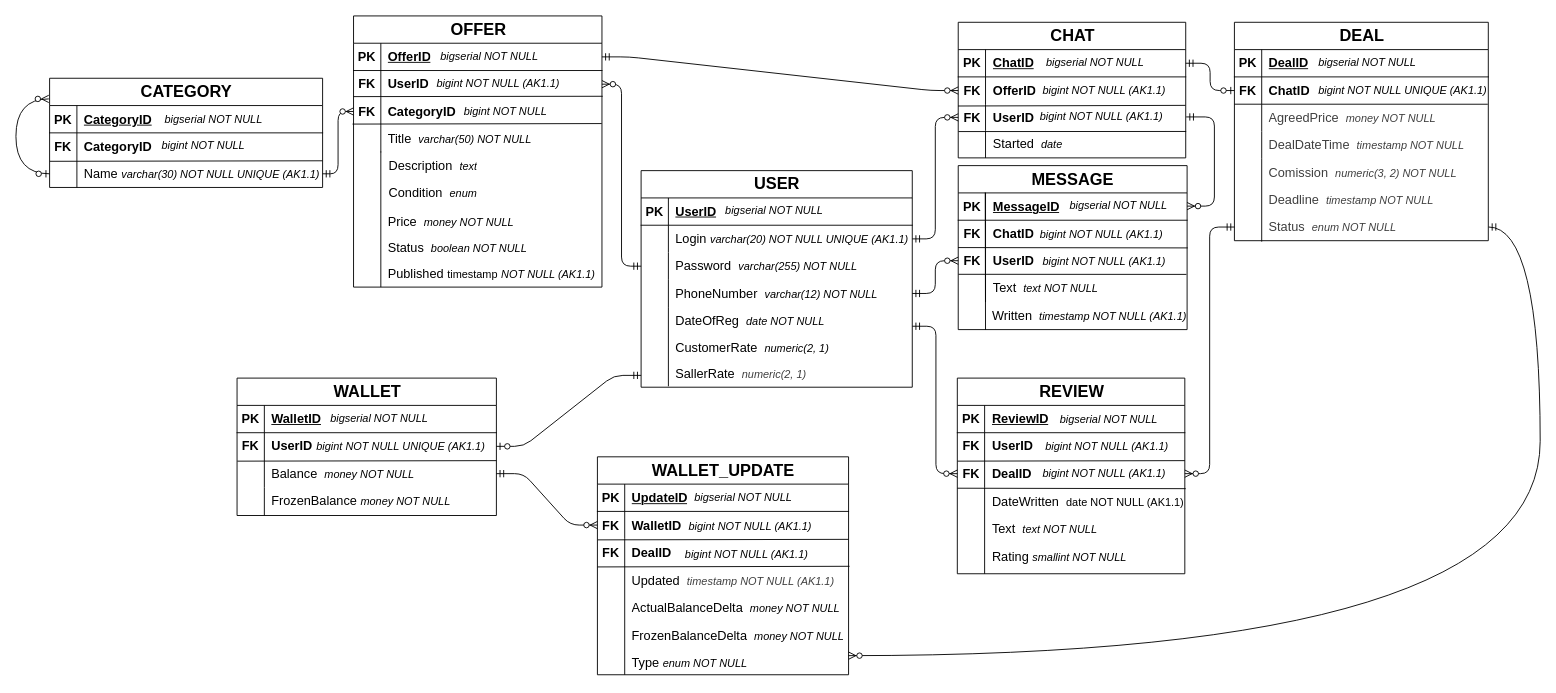
This is drawio_models/R_diagram.drawio from ilmirbl4/Online_sales_service_db, a draw.io file, before an edit. Source tidied: cells renumbered, new cells numbered last; positions are measured from the earlier drawing's top-left corner, leaving out a move shared by most shapes. Both pictures are drawn from the tidied source at 91%, with x=0, y=0 at pixel (15, 15).
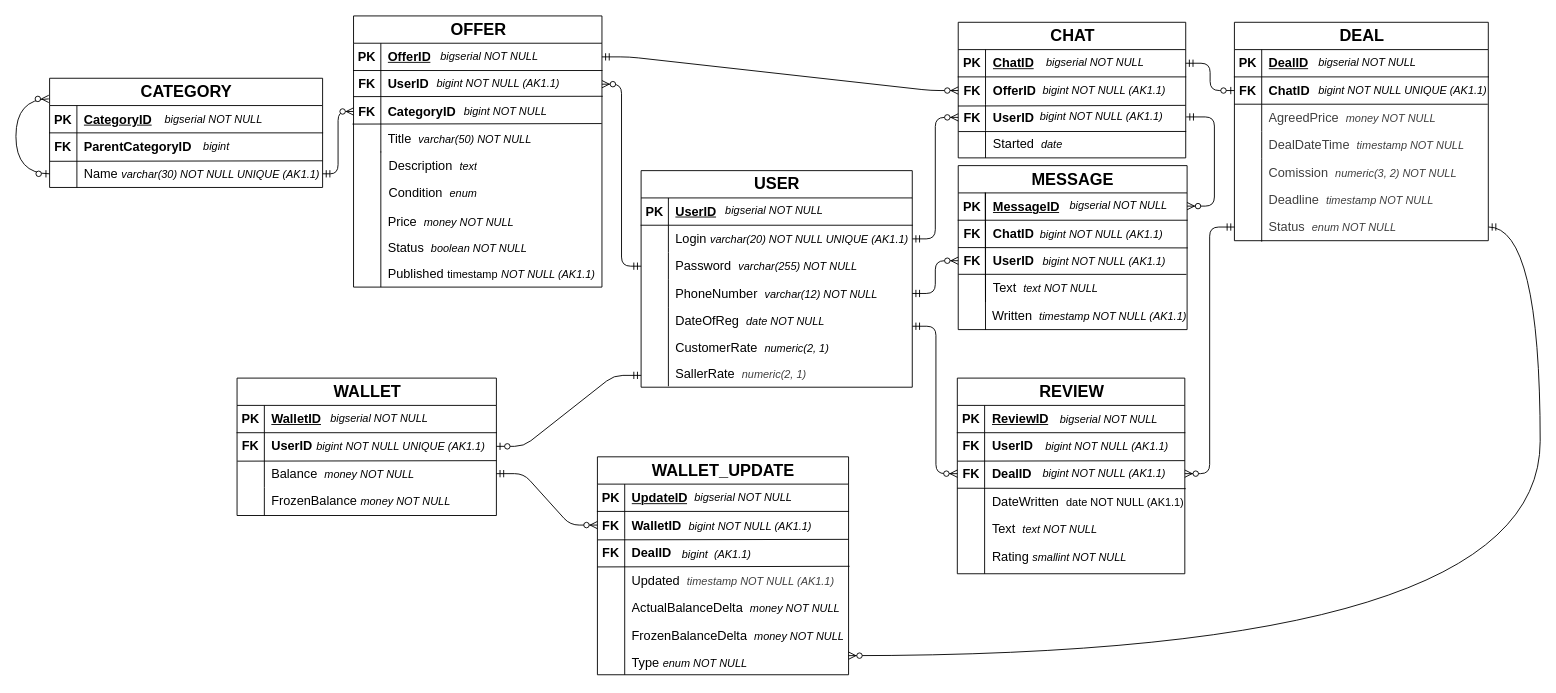
Above is the later version.

Unchanged cells that the change refers to:
```xml
<mxCell id="51" style="shape=tableRow;horizontal=0;startSize=0;swimlaneHead=0;swimlaneBody=0;fillColor=none;top=0;left=0;right=0;bottom=0;" parent="47" vertex="1">
  <mxGeometry y="60" width="300" height="30" as="geometry" />
</mxCell>
```

What changed in the source:
```diff
@@
-    <mxCell id="53" value="&lt;b&gt;&lt;font style=&quot;font-size: 14px;&quot;&gt;CategoryID&lt;/font&gt;&lt;/b&gt;" style="shape=partialRectangle;fillColor=none;top=0;left=0;bottom=0;right=0;align=left;spacingLeft=6;overflow=hidden;whiteSpace=wrap;html=1;" parent="51" vertex="1">
+    <mxCell id="53" value="&lt;b&gt;&lt;font style=&quot;font-size: 14px;&quot;&gt;ParentCategoryID&lt;/font&gt;&lt;/b&gt;" style="shape=partialRectangle;fillColor=none;top=0;left=0;bottom=0;right=0;align=left;spacingLeft=6;overflow=hidden;whiteSpace=wrap;html=1;" parent="51" vertex="1">
       <mxGeometry x="30" width="270" height="30" as="geometry" />
     </mxCell>
@@
-    <mxCell id="188" value="&lt;i&gt;&amp;nbsp;bigint NOT NULL (AK1.1)&lt;/i&gt;" style="text;html=1;align=center;verticalAlign=middle;strokeColor=none;fillColor=none;" parent="1" vertex="1">
-      <mxGeometry x="722" y="579" width="157" height="26" as="geometry" />
+    <mxCell id="188" value="&lt;i&gt;&amp;nbsp;bigint&amp;nbsp; (AK1.1)&lt;/i&gt;" style="text;html=1;align=center;verticalAlign=middle;strokeColor=none;fillColor=none;" parent="1" vertex="1">
+      <mxGeometry x="719" y="579" width="97" height="26" as="geometry" />
     </mxCell>
@@
-    <mxCell id="195" value="&lt;i&gt;&amp;nbsp;bigint NOT NULL&lt;/i&gt;" style="text;html=1;align=center;verticalAlign=middle;strokeColor=none;fillColor=none;" parent="1" vertex="1">
-      <mxGeometry x="147" y="130" width="113" height="26" as="geometry" />
+    <mxCell id="195" value="&lt;i&gt;&amp;nbsp;bigint&amp;nbsp;&lt;/i&gt;" style="text;html=1;align=center;verticalAlign=middle;strokeColor=none;fillColor=none;" parent="1" vertex="1">
+      <mxGeometry x="193" y="131" width="53" height="26" as="geometry" />
     </mxCell>
```
